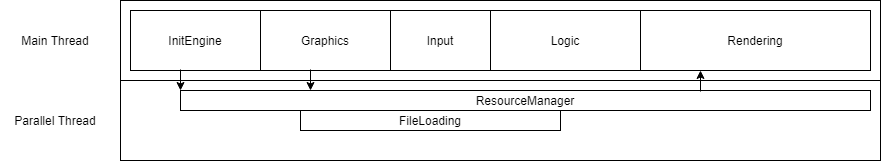
The draw.io diagram Data/BlogPost/BlogPost1/MultithreadDiagram.png in FloreauLuca/floreauluca.github.io, before a commit. Source tidied: cells renumbered, new cells last; positions are measured from the earlier drawing's top-left corner, leaving out a move shared by most shapes.
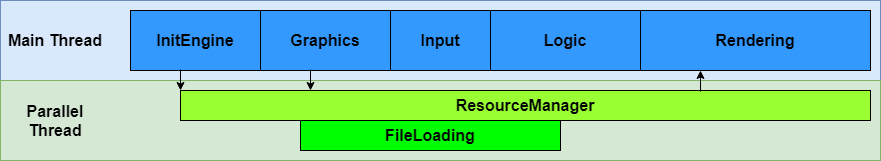
After the commit.

The edit, as a diff of the source:
```diff
@@ -2,55 +2,58 @@
   <root>
     <mxCell id="0" />
     <mxCell id="1" parent="0" />
-    <mxCell id="2" style="rounded=0;whiteSpace=wrap;html=1;" parent="1" vertex="1">
-      <mxGeometry x="120" width="760" height="160" as="geometry" />
-    </mxCell>
-    <mxCell id="3" style="rounded=0;whiteSpace=wrap;html=1;" parent="1" vertex="1">
-      <mxGeometry x="120" y="80" width="760" height="80" as="geometry" />
-    </mxCell>
+    <mxCell id="16" style="rounded=0;whiteSpace=wrap;html=1;fontSize=16;fillColor=#dae8fc;strokeColor=#6c8ebf;fontStyle=1;" parent="1" vertex="1">
+      <mxGeometry width="880" height="160" as="geometry" />
+    </mxCell>
+    <mxCell id="17" style="rounded=0;whiteSpace=wrap;html=1;fontSize=16;fillColor=#d5e8d4;strokeColor=#82b366;fontStyle=1;" parent="1" vertex="1">
+      <mxGeometry y="80" width="880" height="80" as="geometry" />
+    </mxCell>
-    <mxCell id="4" value="Parallel Thread" style="text;html=1;strokeColor=none;fillColor=none;align=center;verticalAlign=middle;whiteSpace=wrap;rounded=0;" parent="1" vertex="1">
+    <mxCell id="4" value="Parallel Thread" style="text;html=1;strokeColor=none;fillColor=none;align=center;verticalAlign=middle;whiteSpace=wrap;rounded=0;fontSize=16;fontStyle=1;" parent="1" vertex="1">
       <mxGeometry y="110" width="110" height="20" as="geometry" />
     </mxCell>
-    <mxCell id="5" value="Main Thread" style="text;html=1;strokeColor=none;fillColor=none;align=center;verticalAlign=middle;whiteSpace=wrap;rounded=0;" parent="1" vertex="1">
+    <mxCell id="5" value="Main Thread" style="text;html=1;strokeColor=none;fillColor=none;align=center;verticalAlign=middle;whiteSpace=wrap;rounded=0;fontSize=16;fontStyle=1;" parent="1" vertex="1">
       <mxGeometry y="30" width="110" height="20" as="geometry" />
     </mxCell>
-    <mxCell id="6" value="Input" style="rounded=0;whiteSpace=wrap;html=1;" parent="1" vertex="1">
-      <mxGeometry x="390" y="10" width="100" height="60" as="geometry" />
-    </mxCell>
+    <mxCell id="18" value="Input" style="rounded=0;whiteSpace=wrap;html=1;fontSize=16;fontStyle=1;" parent="1" vertex="1">
+      <mxGeometry x="390" y="10" width="100" height="60" as="geometry" />
+    </mxCell>
-    <mxCell id="7" value="Graphics" style="rounded=0;whiteSpace=wrap;html=1;" parent="1" vertex="1">
+    <mxCell id="7" value="Graphics" style="rounded=0;whiteSpace=wrap;html=1;fontSize=16;fillColor=#3399FF;fontStyle=1;" parent="1" vertex="1">
       <mxGeometry x="260" y="10" width="130" height="60" as="geometry" />
     </mxCell>
-    <mxCell id="8" value="Logic" style="rounded=0;whiteSpace=wrap;html=1;" parent="1" vertex="1">
+    <mxCell id="8" value="Logic" style="rounded=0;whiteSpace=wrap;html=1;fontSize=16;fillColor=#3399FF;fontStyle=1;" parent="1" vertex="1">
       <mxGeometry x="490" y="10" width="150" height="60" as="geometry" />
     </mxCell>
-    <mxCell id="9" value="Rendering" style="rounded=0;whiteSpace=wrap;html=1;" parent="1" vertex="1">
+    <mxCell id="9" value="Rendering" style="rounded=0;whiteSpace=wrap;html=1;fontSize=16;fillColor=#3399FF;fontStyle=1;" parent="1" vertex="1">
       <mxGeometry x="640" y="10" width="230" height="60" as="geometry" />
     </mxCell>
-    <mxCell id="10" value="ResourceManager" style="rounded=0;whiteSpace=wrap;html=1;" parent="1" vertex="1">
-      <mxGeometry x="180" y="90" width="690" height="20" as="geometry" />
+    <mxCell id="10" value="ResourceManager" style="rounded=0;whiteSpace=wrap;html=1;fontSize=16;fillColor=#99FF33;fontStyle=1;" parent="1" vertex="1">
+      <mxGeometry x="180" y="90" width="690" height="30" as="geometry" />
     </mxCell>
-    <mxCell id="11" value="InitEngine" style="rounded=0;whiteSpace=wrap;html=1;" parent="1" vertex="1">
+    <mxCell id="11" value="InitEngine" style="rounded=0;whiteSpace=wrap;html=1;fontSize=16;fillColor=#3399FF;strokeColor=#000000;fontStyle=1;" parent="1" vertex="1">
       <mxGeometry x="130" y="10" width="130" height="60" as="geometry" />
     </mxCell>
-    <mxCell id="12" style="endArrow=classic;html=1;entryX=0;entryY=0;entryDx=0;entryDy=0;" parent="1" edge="1" target="10">
-      <mxGeometry relative="1" as="geometry">
-        <mxPoint x="180" y="69" as="sourcePoint" />
-      </mxGeometry>
-    </mxCell>
-    <mxCell id="13" style="endArrow=classic;html=1;" parent="1" edge="1">
-      <mxGeometry relative="1" as="geometry">
-        <mxPoint x="310" y="69" as="sourcePoint" />
-        <mxPoint x="310" y="90" as="targetPoint" />
-      </mxGeometry>
-    </mxCell>
-    <mxCell id="14" style="endArrow=none;html=1;startArrow=classic;startFill=1;endFill=0;" parent="1" edge="1">
-      <mxGeometry relative="1" as="geometry">
-        <mxPoint x="700" y="70" as="sourcePoint" />
-        <mxPoint x="700" y="91" as="targetPoint" />
-      </mxGeometry>
-    </mxCell>
+    <mxCell id="19" style="endArrow=classic;html=1;entryX=0;entryY=0;entryDx=0;entryDy=0;fontSize=16;fontStyle=1;" parent="1" edge="1" target="10">
+      <mxGeometry relative="1" as="geometry">
+        <mxPoint x="180" y="69" as="sourcePoint" />
+      </mxGeometry>
+    </mxCell>
+    <mxCell id="20" style="endArrow=classic;html=1;fontSize=16;fontStyle=1;" parent="1" edge="1">
+      <mxGeometry relative="1" as="geometry">
+        <mxPoint x="310" y="69" as="sourcePoint" />
+        <mxPoint x="310" y="90" as="targetPoint" />
+      </mxGeometry>
+    </mxCell>
+    <mxCell id="21" style="endArrow=none;html=1;startArrow=classic;startFill=1;endFill=0;fontSize=16;fontStyle=1;" parent="1" edge="1">
+      <mxGeometry relative="1" as="geometry">
+        <mxPoint x="700" y="70" as="sourcePoint" />
+        <mxPoint x="700" y="91" as="targetPoint" />
+      </mxGeometry>
+    </mxCell>
-    <mxCell id="15" value="FileLoading" style="rounded=0;whiteSpace=wrap;html=1;" parent="1" vertex="1">
-      <mxGeometry x="300" y="110" width="260" height="20" as="geometry" />
+    <mxCell id="15" value="FileLoading" style="rounded=0;whiteSpace=wrap;html=1;fontSize=16;fillColor=#00FF00;fontStyle=1;" parent="1" vertex="1">
+      <mxGeometry x="300" y="120" width="260" height="30" as="geometry" />
     </mxCell>
+    <mxCell id="22" value="Input" style="rounded=0;whiteSpace=wrap;html=1;fontSize=16;fillColor=#3399FF;fontStyle=1;" parent="1" vertex="1">
+      <mxGeometry x="390" y="10" width="100" height="60" as="geometry" />
+    </mxCell>
   </root>
 </mxGraphModel>
```
